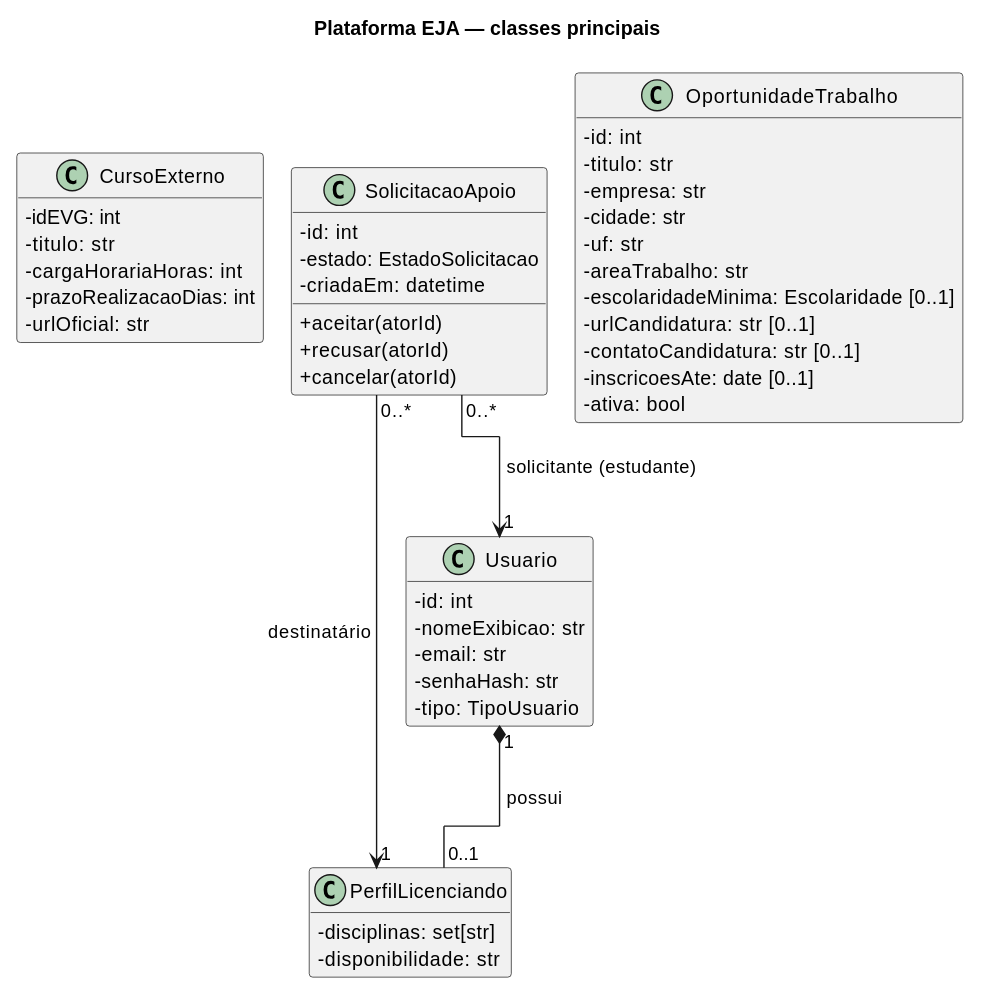
The PlantUML diagram docs/uml/classes.svg in Educg550/EJA_TAPOO, before a commit. The source it was exported from:
```plantuml
@startuml
!pragma layout elk
title Plataforma EJA — classes principais
skinparam classAttributeIconSize 0
skinparam shadowing false
hide empty members

class Usuario {
  -id: int
  -nomeExibicao: str
  -email: str
  -senhaHash: str
  -tipo: TipoUsuario
}

class PerfilLicenciando {
  -disciplinas: set[str]
  -disponibilidade: str
}

class SolicitacaoApoio {
  -id: int
  -estado: EstadoSolicitacao
  -criadaEm: datetime
  +aceitar(atorId)
  +recusar(atorId)
  +cancelar(atorId)
}

together {
  class CursoExterno {
    -idEVG: int
    -titulo: str
    -cargaHorariaHoras: int
    -prazoRealizacaoDias: int
    -urlOficial: str
  }

  class OportunidadeTrabalho {
    -id: int
    -titulo: str
    -empresa: str
    -cidade: str
    -uf: str
    -areaTrabalho: str
    -escolaridadeMinima: Escolaridade [0..1]
    -urlCandidatura: str [0..1]
    -contatoCandidatura: str [0..1]
    -inscricoesAte: date [0..1]
    -ativa: bool
  }
}

Usuario "1" *-- "0..1" PerfilLicenciando : possui
SolicitacaoApoio "0..*" --> "1" Usuario : solicitante (estudante)
SolicitacaoApoio "0..*" --> "1" PerfilLicenciando : destinatário
@enduml
```
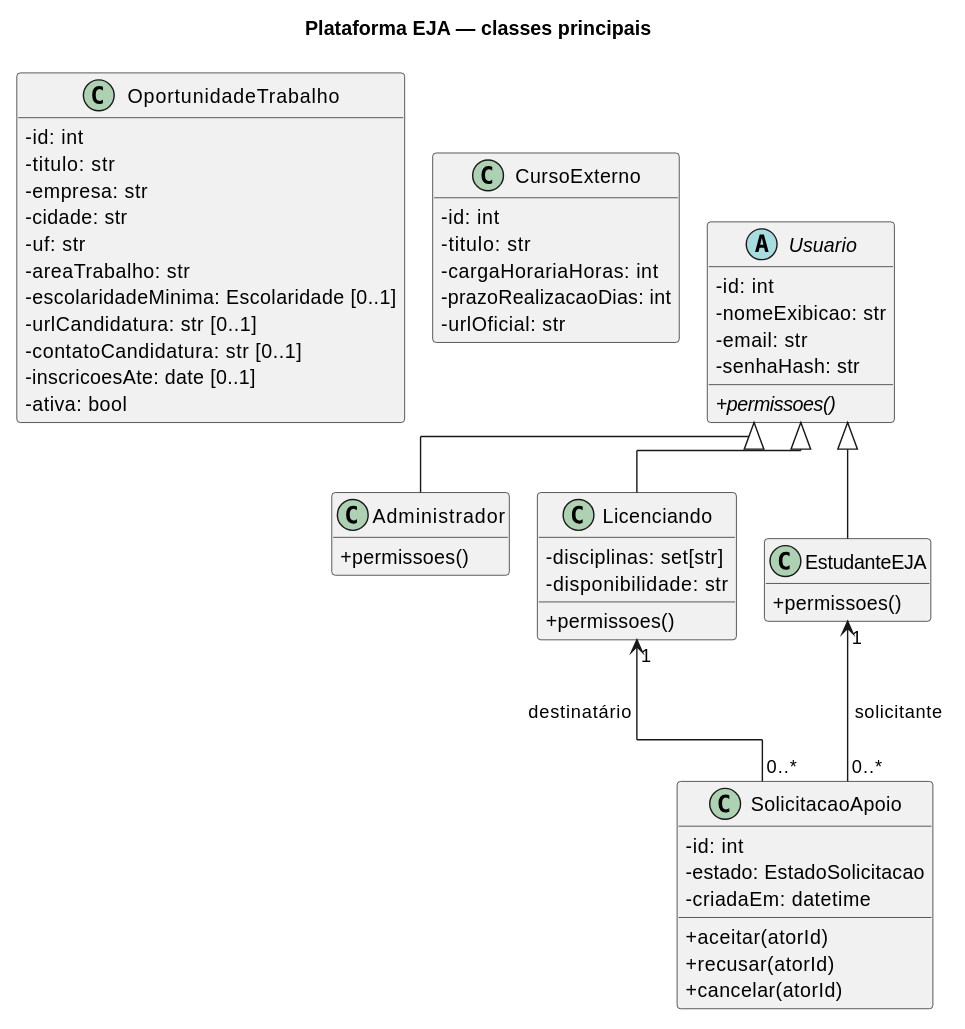
The same diagram one commit later.

Change to the diagram source:
```diff
@@ -5,17 +5,26 @@
 skinparam shadowing false
 hide empty members
 
-class Usuario {
+abstract class Usuario {
   -id: int
   -nomeExibicao: str
   -email: str
   -senhaHash: str
-  -tipo: TipoUsuario
+  +{abstract} permissoes()
 }
 
-class PerfilLicenciando {
+class EstudanteEJA {
+  +permissoes()
+}
+
+class Licenciando {
   -disciplinas: set[str]
   -disponibilidade: str
+  +permissoes()
+}
+
+class Administrador {
+  +permissoes()
 }
 
 class SolicitacaoApoio {
@@ -29,7 +38,7 @@
 
 together {
   class CursoExterno {
-    -idEVG: int
+    -id: int
     -titulo: str
     -cargaHorariaHoras: int
     -prazoRealizacaoDias: int
@@ -51,7 +60,9 @@
   }
 }
 
-Usuario "1" *-- "0..1" PerfilLicenciando : possui
-SolicitacaoApoio "0..*" --> "1" Usuario : solicitante (estudante)
-SolicitacaoApoio "0..*" --> "1" PerfilLicenciando : destinatário
+Usuario <|-- EstudanteEJA
+Usuario <|-- Licenciando
+Usuario <|-- Administrador
+EstudanteEJA "1" <-- "0..*" SolicitacaoApoio : solicitante
+Licenciando "1" <-- "0..*" SolicitacaoApoio : destinatário
 @enduml
```
